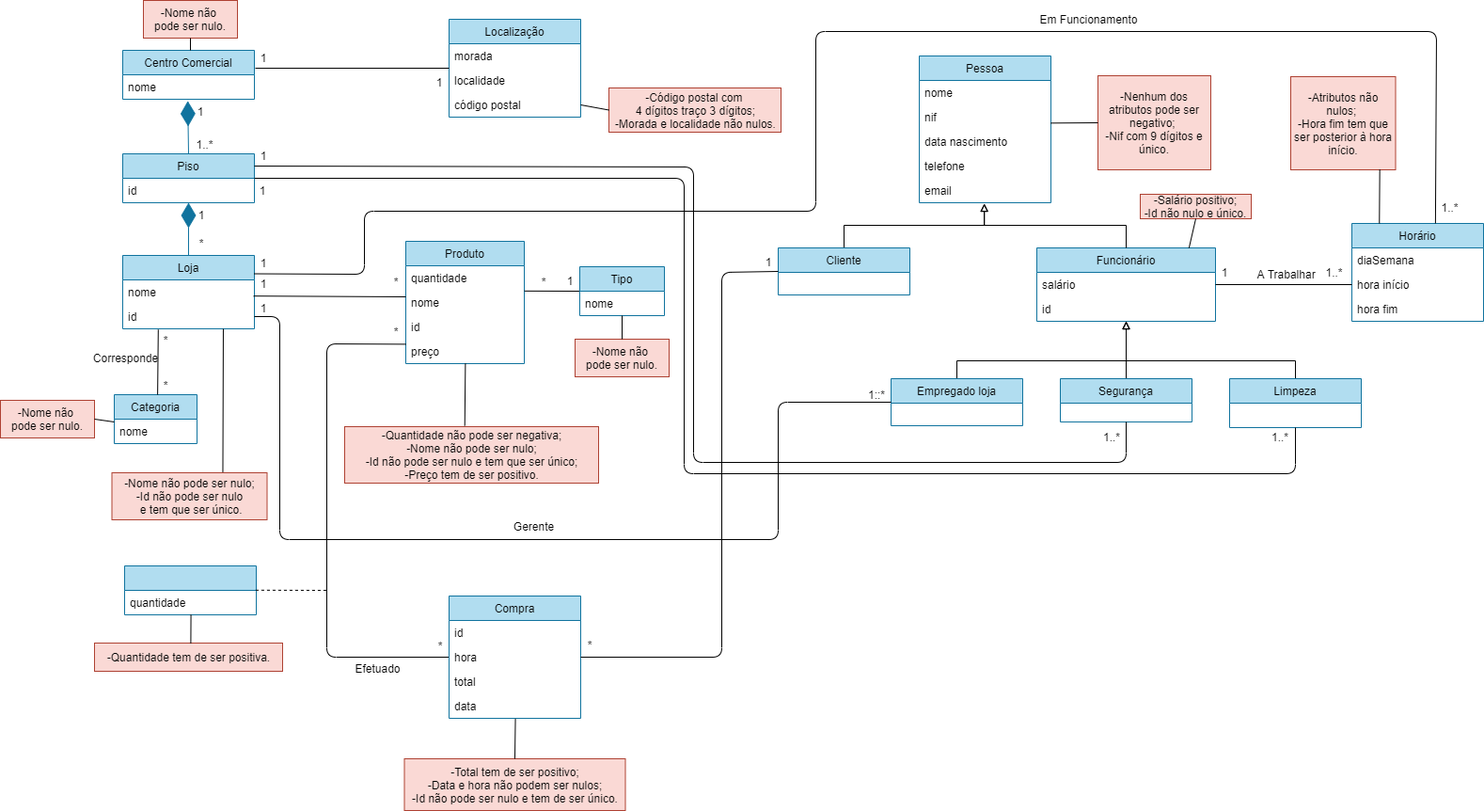
Earlier version of the draw.io export Entrega3/UML 3.png (anatcruz/FEUP-BDAD_PROJ). Source tidied: cells renumbered, new cells last; positions are measured from the earlier drawing's top-left corner, leaving out a move shared by most shapes.
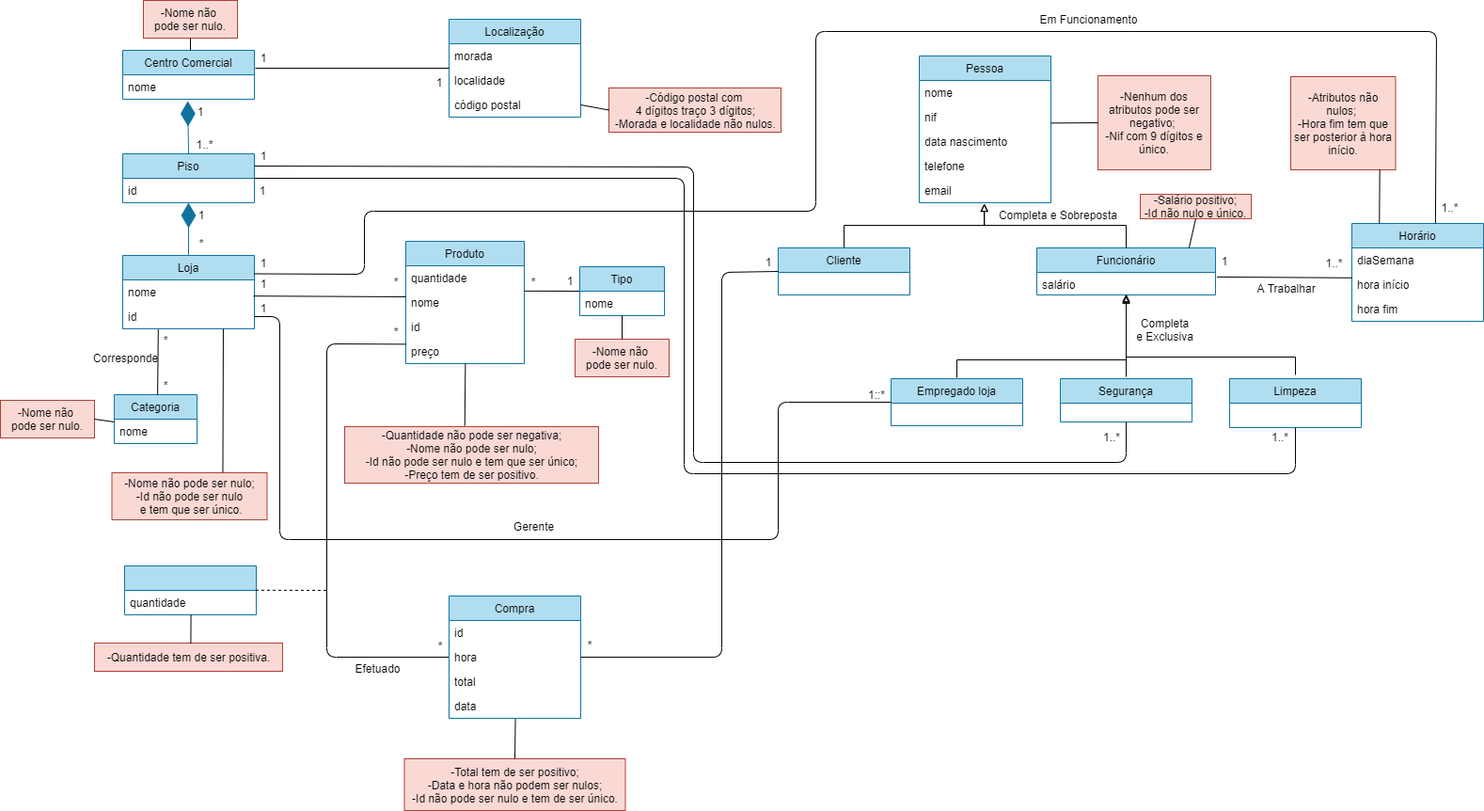
After the commit.

What changed in the source:
```diff
@@ -57,36 +57,40 @@
       <mxGeometry y="26" width="88" height="26" as="geometry" />
     </mxCell>
     <mxCell id="20" value="Funcionário" style="swimlane;fontStyle=0;horizontal=1;startSize=26;fillColor=#b1ddf0;strokeColor=#10739e;" parent="1" vertex="1">
-      <mxGeometry x="1102" y="263" width="190" height="78" as="geometry" />
+      <mxGeometry x="1102" y="263" width="190" height="50" as="geometry" />
     </mxCell>
     <mxCell id="21" value="salário" style="text;strokeColor=none;fillColor=none;align=left;verticalAlign=top;spacingLeft=4;spacingRight=4;overflow=hidden;points=[[0,0.5],[1,0.5]];portConstraint=eastwest;" parent="20" vertex="1">
-      <mxGeometry y="26" width="190" height="26" as="geometry" />
+      <mxGeometry y="26" width="190" height="24" as="geometry" />
     </mxCell>
-    <mxCell id="22" value="id" style="text;strokeColor=none;fillColor=none;align=left;verticalAlign=top;spacingLeft=4;spacingRight=4;overflow=hidden;points=[[0,0.5],[1,0.5]];portConstraint=eastwest;" parent="20" vertex="1">
-      <mxGeometry y="52" width="190" height="26" as="geometry" />
-    </mxCell>
     <mxCell id="23" style="edgeStyle=orthogonalEdgeStyle;rounded=0;jettySize=auto;html=1;exitX=0.5;exitY=0;exitDx=0;exitDy=0;entryX=0.495;entryY=1.038;entryDx=0;entryDy=0;entryPerimeter=0;endArrow=block;endFill=0;" parent="1" edge="1" source="48" target="54">
       <mxGeometry relative="1" as="geometry" />
     </mxCell>
     <mxCell id="24" style="edgeStyle=orthogonalEdgeStyle;rounded=0;jettySize=auto;html=1;exitX=0.5;exitY=0;exitDx=0;exitDy=0;entryX=0.493;entryY=1.04;entryDx=0;entryDy=0;entryPerimeter=0;endArrow=block;endFill=0;" parent="1" edge="1" source="20" target="54">
       <mxGeometry relative="1" as="geometry" />
     </mxCell>
-    <mxCell id="25" style="edgeStyle=orthogonalEdgeStyle;rounded=0;jettySize=auto;html=1;exitX=0.5;exitY=0;exitDx=0;exitDy=0;entryX=0.5;entryY=1;entryDx=0;entryDy=0;endArrow=block;endFill=0;" parent="1" edge="1" source="55" target="20">
+    <mxCell id="25" style="edgeStyle=orthogonalEdgeStyle;rounded=0;orthogonalLoop=1;jettySize=auto;html=1;exitX=0.5;exitY=0;exitDx=0;exitDy=0;entryX=0.5;entryY=1;entryDx=0;entryDy=0;endArrow=block;endFill=0;" parent="1" edge="1">
       <mxGeometry relative="1" as="geometry">
+        <mxPoint x="1017" y="401" as="sourcePoint" />
+        <mxPoint x="1197" y="312" as="targetPoint" />
         <Array as="points">
-          <mxPoint x="1017" y="383" />
-          <mxPoint x="1197" y="383" />
+          <mxPoint x="1017" y="382" />
+          <mxPoint x="1197" y="382" />
         </Array>
       </mxGeometry>
     </mxCell>
-    <mxCell id="26" style="edgeStyle=orthogonalEdgeStyle;rounded=0;jettySize=auto;html=1;exitX=0.5;exitY=0;exitDx=0;exitDy=0;endArrow=block;endFill=0;entryX=0.5;entryY=1.001;entryDx=0;entryDy=0;entryPerimeter=0;" parent="1" edge="1" source="56" target="22">
-      <mxGeometry relative="1" as="geometry" />
+    <mxCell id="26" style="edgeStyle=orthogonalEdgeStyle;rounded=0;orthogonalLoop=1;jettySize=auto;html=1;endArrow=block;endFill=0;entryX=0.5;entryY=1.001;entryDx=0;entryDy=0;entryPerimeter=0;" parent="1" edge="1">
+      <mxGeometry relative="1" as="geometry">
+        <mxPoint x="1197" y="400" as="sourcePoint" />
+        <mxPoint x="1197" y="314" as="targetPoint" />
+      </mxGeometry>
     </mxCell>
-    <mxCell id="27" style="edgeStyle=orthogonalEdgeStyle;rounded=0;jettySize=auto;html=1;exitX=0.5;exitY=0;exitDx=0;exitDy=0;endArrow=block;endFill=0;entryX=0.5;entryY=1.001;entryDx=0;entryDy=0;entryPerimeter=0;" parent="1" edge="1" source="57" target="22">
+    <mxCell id="27" style="edgeStyle=orthogonalEdgeStyle;rounded=0;orthogonalLoop=1;jettySize=auto;html=1;exitX=0.5;exitY=0;exitDx=0;exitDy=0;endArrow=block;endFill=0;entryX=0.5;entryY=1.001;entryDx=0;entryDy=0;entryPerimeter=0;" parent="1" edge="1">
       <mxGeometry relative="1" as="geometry">
+        <mxPoint x="1377" y="398" as="sourcePoint" />
+        <mxPoint x="1197" y="313" as="targetPoint" />
         <Array as="points">
-          <mxPoint x="1377" y="383" />
-          <mxPoint x="1197" y="383" />
+          <mxPoint x="1377" y="379" />
+          <mxPoint x="1197" y="379" />
         </Array>
       </mxGeometry>
     </mxCell>
@@ -147,7 +151,7 @@
       <mxGeometry x="601" y="290" width="10" height="16" as="geometry" />
     </mxCell>
     <mxCell id="45" value="&lt;font style=&quot;font-size: 12px&quot;&gt;*&lt;/font&gt;" style="text;html=1;strokeColor=none;fillColor=none;align=center;verticalAlign=middle;whiteSpace=wrap;rounded=0;" parent="1" vertex="1">
-      <mxGeometry x="573" y="291" width="10" height="16" as="geometry" />
+      <mxGeometry x="562" y="291" width="10" height="16" as="geometry" />
     </mxCell>
     <mxCell id="46" style="endArrow=none;html=1;exitX=0;exitY=0.5;exitDx=0;exitDy=0;entryX=0;entryY=0.207;entryDx=0;entryDy=0;entryPerimeter=0;" parent="1" edge="1" source="68" target="17">
       <mxGeometry relative="1" as="geometry">
@@ -237,14 +241,14 @@
         <mxPoint x="347" y="627" as="targetPoint" />
       </mxGeometry>
     </mxCell>
-    <mxCell id="73" style="endArrow=none;html=1;exitX=1;exitY=0.5;exitDx=0;exitDy=0;entryX=0;entryY=0.5;entryDx=0;entryDy=0;" parent="1" edge="1" source="20" target="60">
+    <mxCell id="73" style="endArrow=none;html=1;exitX=1.009;exitY=0.205;exitDx=0;exitDy=0;exitPerimeter=0;entryX=0.003;entryY=0.224;entryDx=0;entryDy=0;entryPerimeter=0;" parent="1" edge="1" source="21" target="60">
       <mxGeometry relative="1" as="geometry" />
     </mxCell>
     <mxCell id="74" value="&lt;font style=&quot;font-size: 12px&quot;&gt;1&lt;/font&gt;" style="text;html=1;strokeColor=none;fillColor=none;align=center;verticalAlign=middle;whiteSpace=wrap;rounded=0;" parent="1" vertex="1">
-      <mxGeometry x="1297" y="281" width="10" height="16" as="geometry" />
+      <mxGeometry x="1297" y="269" width="10" height="16" as="geometry" />
     </mxCell>
     <mxCell id="75" value="&lt;font style=&quot;font-size: 12px&quot;&gt;1..*&lt;/font&gt;" style="text;html=1;strokeColor=none;fillColor=none;align=center;verticalAlign=middle;whiteSpace=wrap;rounded=0;" parent="1" vertex="1">
-      <mxGeometry x="1407" y="281" width="23" height="16" as="geometry" />
+      <mxGeometry x="1407" y="271" width="23" height="16" as="geometry" />
     </mxCell>
     <mxCell id="76" style="endArrow=none;html=1;exitX=1;exitY=0.25;exitDx=0;exitDy=0;entryX=0.635;entryY=-0.001;entryDx=0;entryDy=0;entryPerimeter=0;" parent="1" edge="1" source="10" target="58">
       <mxGeometry relative="1" as="geometry">
@@ -384,7 +388,7 @@
       <mxGeometry x="1097" y="10" width="120" height="20" as="geometry" />
     </mxCell>
     <mxCell id="111" value="A Trabalhar" style="text;html=1;align=center;verticalAlign=middle;" parent="1" vertex="1">
-      <mxGeometry x="1327" y="281" width="80" height="20" as="geometry" />
+      <mxGeometry x="1327" y="296" width="80" height="20" as="geometry" />
     </mxCell>
     <mxCell id="112" value="Corresponde" style="text;html=1;align=center;verticalAlign=middle;" parent="1" vertex="1">
       <mxGeometry x="93" y="370" width="80" height="20" as="geometry" />
@@ -408,5 +412,11 @@
         <mxPoint x="121" y="448" as="targetPoint" />
       </mxGeometry>
     </mxCell>
+    <mxCell id="118" value="Completa e Sobreposta" style="text;html=1;strokeColor=none;fillColor=none;align=center;verticalAlign=middle;whiteSpace=wrap;rounded=0;" parent="1" vertex="1">
+      <mxGeometry x="1050" y="218" width="150" height="20" as="geometry" />
+    </mxCell>
+    <mxCell id="119" value="Completa e Exclusiva" style="text;html=1;strokeColor=none;fillColor=none;align=center;verticalAlign=middle;whiteSpace=wrap;rounded=0;" parent="1" vertex="1">
+      <mxGeometry x="1207" y="330" width="63" height="40" as="geometry" />
+    </mxCell>
   </root>
 </mxGraphModel>
```
